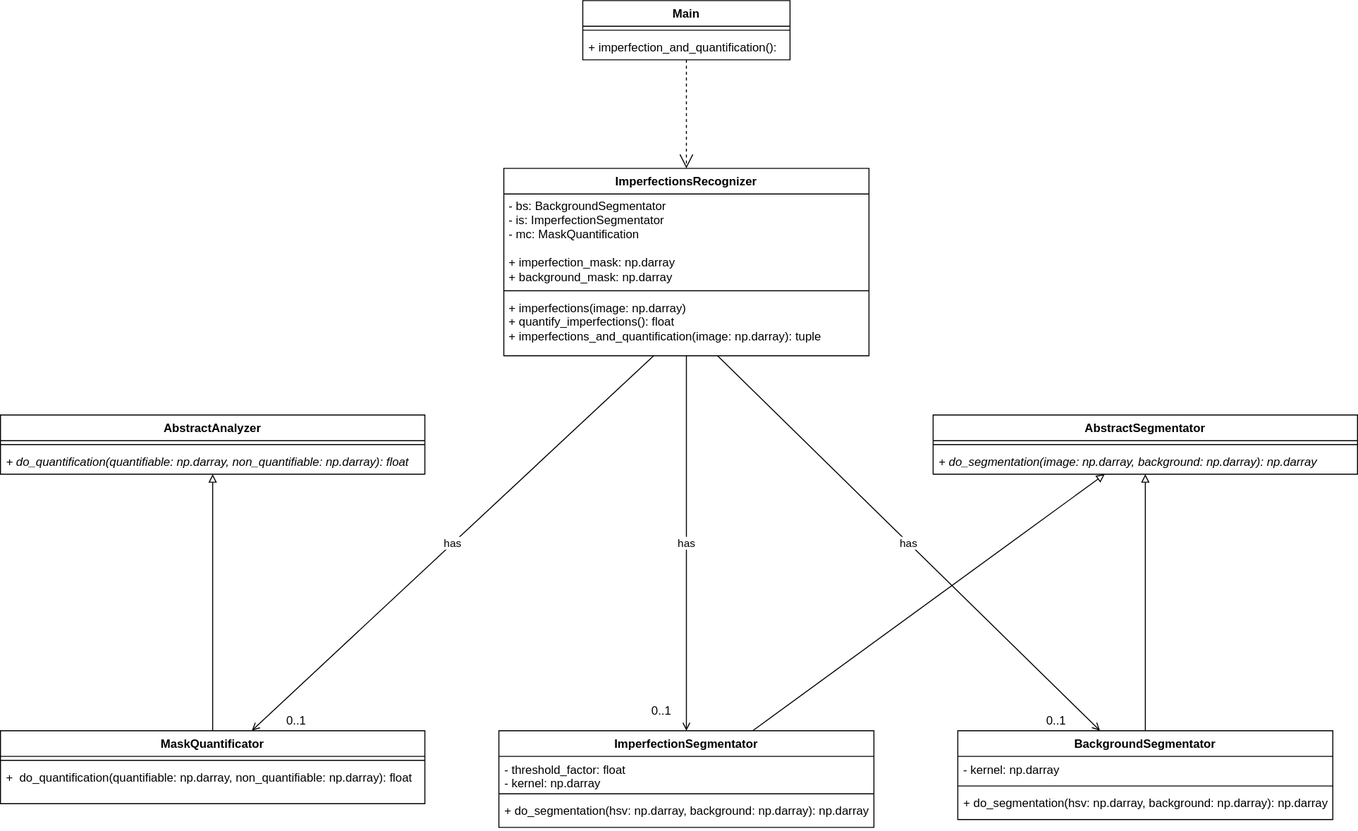
Earlier version of the draw.io export docs/images/UML.svg (AlbaranezJavier/AIVA_2021_AJ). Source tidied: cells renumbered, new cells last; positions are measured from the earlier drawing's top-left corner, leaving out a move shared by most shapes.
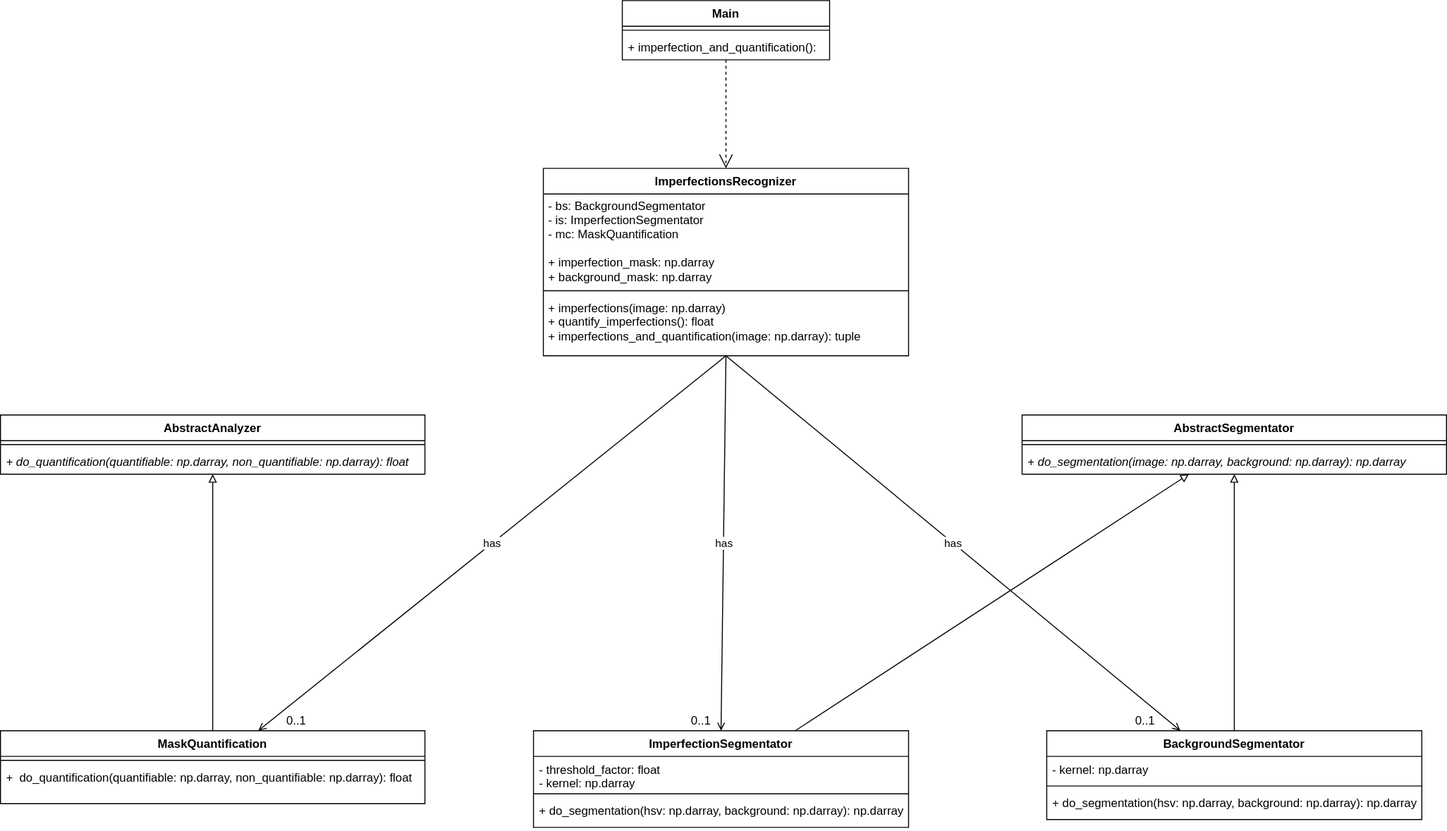
Above is the later version.

The edit, as a diff of the source:
```diff
@@ -3,7 +3,7 @@
     <mxCell id="0" />
     <mxCell id="1" parent="0" />
     <mxCell id="2" value="AbstractAnalyzer" style="swimlane;fontStyle=1;align=center;verticalAlign=top;horizontal=1;startSize=26;" parent="1" vertex="1">
-      <mxGeometry y="420" width="430" height="60" as="geometry" />
+      <mxGeometry x="-40" y="420" width="430" height="60" as="geometry" />
     </mxCell>
     <mxCell id="3" style="line;strokeWidth=1;fillColor=none;align=left;verticalAlign=middle;spacingTop=-1;spacingLeft=3;spacingRight=3;labelPosition=right;" parent="2" vertex="1">
       <mxGeometry y="26" width="430" height="8" as="geometry" />
@@ -12,7 +12,7 @@
       <mxGeometry y="34" width="430" height="26" as="geometry" />
     </mxCell>
     <mxCell id="5" value="BackgroundSegmentator" style="swimlane;fontStyle=1;align=center;verticalAlign=top;horizontal=1;startSize=26;" parent="1" vertex="1">
-      <mxGeometry x="970" y="740" width="380" height="90" as="geometry" />
+      <mxGeometry x="1020" y="740" width="380" height="90" as="geometry" />
     </mxCell>
     <mxCell id="6" value="- kernel: np.darray" style="text;strokeColor=none;fillColor=none;align=left;verticalAlign=top;spacingLeft=4;spacingRight=4;overflow=hidden;" parent="5" vertex="1">
       <mxGeometry y="26" width="380" height="26" as="geometry" />
@@ -23,8 +23,8 @@
     <mxCell id="8" value="+ do_segmentation(hsv: np.darray, background: np.darray): np.darray" style="text;strokeColor=none;fillColor=none;align=left;verticalAlign=top;spacingLeft=4;spacingRight=4;overflow=hidden;" parent="5" vertex="1">
       <mxGeometry y="60" width="380" height="30" as="geometry" />
     </mxCell>
-    <mxCell id="9" value="MaskQuantificator" style="swimlane;fontStyle=1;align=center;verticalAlign=top;horizontal=1;startSize=26;" parent="1" vertex="1">
-      <mxGeometry y="740" width="430" height="74" as="geometry" />
+    <mxCell id="9" value="MaskQuantification" style="swimlane;fontStyle=1;align=center;verticalAlign=top;horizontal=1;startSize=26;" parent="1" vertex="1">
+      <mxGeometry x="-40" y="740" width="430" height="74" as="geometry" />
     </mxCell>
     <mxCell id="10" style="line;strokeWidth=1;fillColor=none;align=left;verticalAlign=middle;spacingTop=-1;spacingLeft=3;spacingRight=3;labelPosition=right;" parent="9" vertex="1">
       <mxGeometry y="26" width="430" height="8" as="geometry" />
@@ -47,13 +47,13 @@
     <mxCell id="16" value="&amp;nbsp;+ imperfections(image: np.darray)&lt;br&gt;&amp;nbsp;+ quantify_imperfections(): float&lt;br&gt;&amp;nbsp;+ imperfections_and_quantification(image: np.darray): tuple" style="text;html=1;strokeColor=none;fillColor=none;align=left;verticalAlign=top;whiteSpace=wrap;rounded=0;" parent="13" vertex="1">
       <mxGeometry y="128" width="370" height="62" as="geometry" />
     </mxCell>
-    <mxCell id="17" value="has" style="endArrow=open;html=1;endFill=0;" parent="1" edge="1" source="16" target="9">
+    <mxCell id="17" value="has" style="endArrow=open;html=1;endFill=0;exitX=0.5;exitY=1;exitDx=0;exitDy=0;" parent="1" edge="1" source="16" target="9">
       <mxGeometry relative="1" as="geometry" />
     </mxCell>
     <mxCell id="18" value="0..1" style="text;html=1;strokeColor=none;fillColor=none;align=center;verticalAlign=middle;whiteSpace=wrap;rounded=0;" parent="1" vertex="1">
-      <mxGeometry x="280" y="720" width="40" height="20" as="geometry" />
+      <mxGeometry x="240" y="720" width="40" height="20" as="geometry" />
     </mxCell>
-    <mxCell id="19" value="has" style="endArrow=open;html=1;endFill=0;" parent="1" edge="1" source="16" target="5">
+    <mxCell id="19" value="has" style="endArrow=open;html=1;endFill=0;exitX=0.5;exitY=1;exitDx=0;exitDy=0;" parent="1" edge="1" source="16" target="5">
       <mxGeometry relative="1" as="geometry" />
     </mxCell>
     <mxCell id="20" value="Main" style="swimlane;fontStyle=1;align=center;verticalAlign=top;horizontal=1;startSize=26;" parent="1" vertex="1">
@@ -69,7 +69,7 @@
       <mxGeometry relative="1" as="geometry" />
     </mxCell>
     <mxCell id="24" value="AbstractSegmentator" style="swimlane;fontStyle=1;align=center;verticalAlign=top;horizontal=1;startSize=26;" parent="1" vertex="1">
-      <mxGeometry x="945" y="420" width="430" height="60" as="geometry" />
+      <mxGeometry x="995" y="420" width="430" height="60" as="geometry" />
     </mxCell>
     <mxCell id="25" style="line;strokeWidth=1;fillColor=none;align=left;verticalAlign=middle;spacingTop=-1;spacingLeft=3;spacingRight=3;labelPosition=right;" parent="24" vertex="1">
       <mxGeometry y="26" width="430" height="8" as="geometry" />
@@ -78,7 +78,7 @@
       <mxGeometry y="34" width="430" height="26" as="geometry" />
     </mxCell>
     <mxCell id="27" value="ImperfectionSegmentator" style="swimlane;fontStyle=1;align=center;verticalAlign=top;horizontal=1;startSize=26;" parent="1" vertex="1">
-      <mxGeometry x="505" y="740" width="380" height="98" as="geometry" />
+      <mxGeometry x="500" y="740" width="380" height="98" as="geometry" />
     </mxCell>
     <mxCell id="28" value="- threshold_factor: float&#10;- kernel: np.darray" style="text;strokeColor=none;fillColor=none;align=left;verticalAlign=top;spacingLeft=4;spacingRight=4;overflow=hidden;" parent="27" vertex="1">
       <mxGeometry y="26" width="380" height="34" as="geometry" />
@@ -96,13 +96,13 @@
       <mxGeometry relative="1" as="geometry" />
     </mxCell>
     <mxCell id="33" value="0..1" style="text;html=1;strokeColor=none;fillColor=none;align=center;verticalAlign=middle;whiteSpace=wrap;rounded=0;" parent="1" vertex="1">
-      <mxGeometry x="1050" y="720" width="40" height="20" as="geometry" />
+      <mxGeometry x="650" y="720" width="40" height="20" as="geometry" />
     </mxCell>
-    <mxCell id="34" value="has" style="endArrow=open;html=1;endFill=0;" parent="1" edge="1" source="16" target="27">
+    <mxCell id="34" value="has" style="endArrow=open;html=1;endFill=0;entryX=0.5;entryY=0;entryDx=0;entryDy=0;exitX=0.5;exitY=1;exitDx=0;exitDy=0;" parent="1" edge="1" source="16" target="27">
       <mxGeometry relative="1" as="geometry" />
     </mxCell>
     <mxCell id="35" value="0..1" style="text;html=1;strokeColor=none;fillColor=none;align=center;verticalAlign=middle;whiteSpace=wrap;rounded=0;" parent="1" vertex="1">
-      <mxGeometry x="650" y="710" width="40" height="20" as="geometry" />
+      <mxGeometry x="1100" y="720" width="40" height="20" as="geometry" />
     </mxCell>
   </root>
 </mxGraphModel>
```
